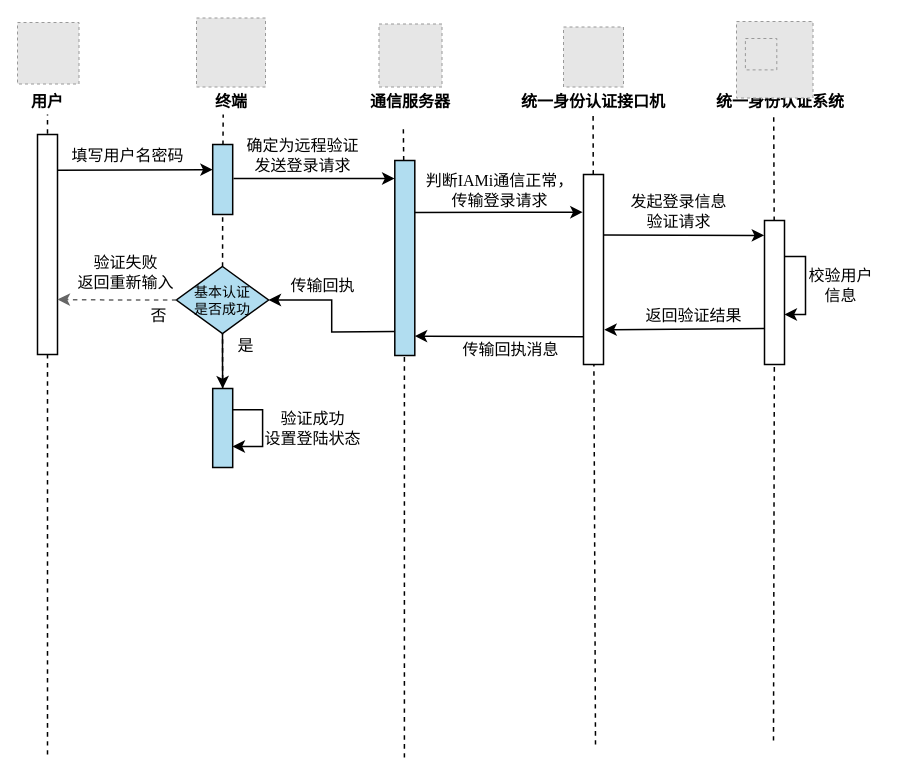
Before: 多因素.drawio in PIEAKyichi/hello-world, a draw.io diagram. Source tidied: cells renumbered, new cells numbered last; positions are measured from the earlier drawing's top-left corner, leaving out a move shared by most shapes. Both pictures are drawn from the tidied source at 100%, with x=0, y=0 at pixel (17, 18). Pictures stored in the file or linked from it are replaced by grey dashed boxes.
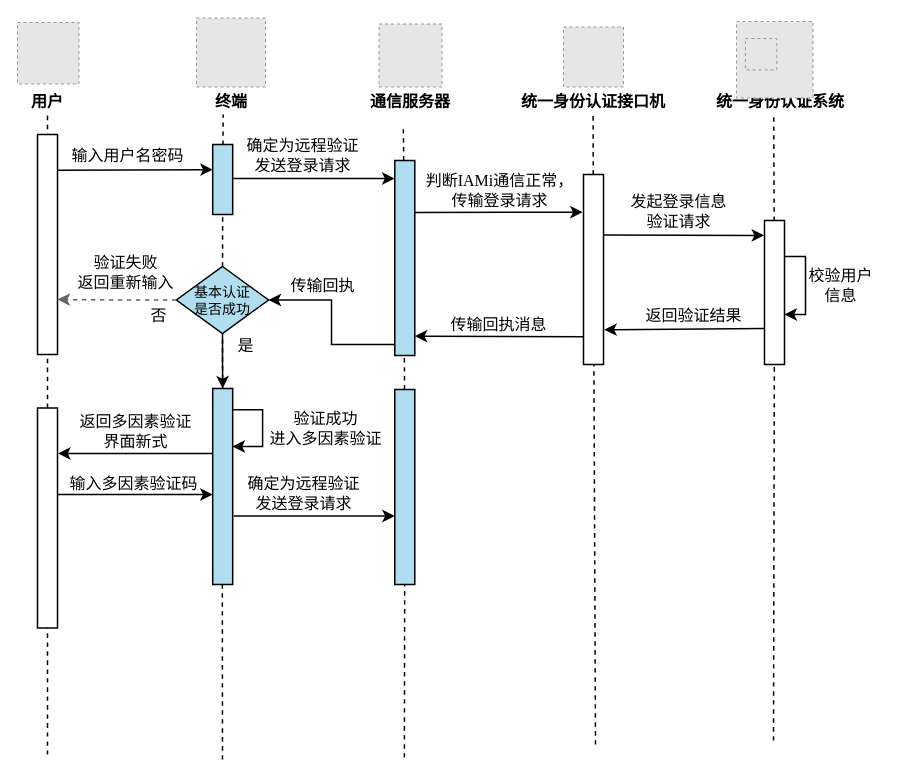
The same page after the edit.

Commit message (it also covers changes not shown here):
更新多因素.drawio

Unchanged cells that the change refers to:
```xml
<mxCell id="31" value="基本认证&lt;div style=&quot;font-size: 14px;&quot;&gt;是否成功&lt;/div&gt;" style="rhombus;whiteSpace=wrap;html=1;fillColor=#b1ddf0;strokeColor=#000000;strokeWidth=1.5;fontSize=14;" parent="1" vertex="1">
  <mxGeometry x="158.9" y="248" width="92.2" height="67" as="geometry" />
</mxCell>
<mxCell id="50" style="rounded=0;whiteSpace=wrap;html=1;fillColor=#b1ddf0;strokeColor=#000000;strokeWidth=1.5;" parent="1" vertex="1">
  <mxGeometry x="377.3" y="142" width="20" height="195" as="geometry" />
</mxCell>
```

What changed in the source:
```diff
@@
+    <mxCell id="54" style="endArrow=none;html=1;rounded=0;fontSize=12;startSize=8;endSize=8;curved=1;dashed=1;strokeWidth=1.5;" parent="1" edge="1">
+      <mxGeometry relative="1" as="geometry">
+        <mxPoint x="205" y="741" as="sourcePoint" />
+        <mxPoint x="204.6" y="370" as="targetPoint" />
+      </mxGeometry>
+    </mxCell>
-    <mxCell id="2" style="endArrow=none;html=1;rounded=0;fontSize=12;startSize=8;endSize=8;curved=1;dashed=1;strokeWidth=1.5;" parent="1" edge="1">
+    <mxCell id="2" style="endArrow=none;html=1;rounded=0;fontSize=12;startSize=8;endSize=8;curved=1;dashed=1;strokeWidth=1.5;" parent="1" edge="1" source="62">
       <mxGeometry relative="1" as="geometry">
-        <mxPoint x="386.9" y="739" as="sourcePoint" />
         <mxPoint x="386.9" y="337" as="targetPoint" />
       </mxGeometry>
     </mxCell>
@@
-    <mxCell id="4" style="endArrow=none;html=1;rounded=0;fontSize=12;startSize=8;endSize=8;curved=1;dashed=1;strokeWidth=1.5;" parent="1" edge="1">
+    <mxCell id="4" style="endArrow=none;html=1;rounded=0;fontSize=12;startSize=8;endSize=8;curved=1;dashed=1;strokeWidth=1.5;" parent="1" edge="1" source="58">
       <mxGeometry relative="1" as="geometry">
-        <mxPoint x="30" y="736" as="sourcePoint" />
         <mxPoint x="30" y="96" as="targetPoint" />
       </mxGeometry>
     </mxCell>
@@
-    <mxCell id="11" value="填写用户名密码" style="text;html=1;align=center;verticalAlign=middle;strokeColor=none;fillColor=none;fontSize=16;fontFamily=宋体;strokeWidth=1.5;" parent="1" vertex="1">
+    <mxCell id="11" value="输入用户名密码" style="text;html=1;align=center;verticalAlign=middle;strokeColor=none;fillColor=none;fontSize=16;fontFamily=宋体;strokeWidth=1.5;" parent="1" vertex="1">
       <mxGeometry x="40" y="122" width="140" height="30" as="geometry" />
     </mxCell>
@@
     <mxCell id="26" value="传输回执消息" style="text;html=1;align=center;verticalAlign=middle;strokeColor=none;fillColor=none;fontSize=16;fontFamily=宋体;strokeWidth=1.5;" parent="1" vertex="1">
-      <mxGeometry x="433" y="316" width="120" height="30" as="geometry" />
+      <mxGeometry x="421" y="291" width="120" height="30" as="geometry" />
     </mxCell>
@@
-    <mxCell id="28" value="验证成功&lt;div&gt;设置登陆状态&lt;/div&gt;" style="text;html=1;align=center;verticalAlign=middle;strokeColor=none;fillColor=none;fontSize=16;fontFamily=宋体;strokeWidth=1.5;" parent="1" vertex="1">
-      <mxGeometry x="235.2" y="384.5" width="120" height="50" as="geometry" />
+    <mxCell id="28" value="验证成功&lt;div&gt;进入多因素验证&lt;/div&gt;" style="text;html=1;align=center;verticalAlign=middle;strokeColor=none;fillColor=none;fontSize=16;fontFamily=宋体;strokeWidth=1.5;" parent="1" vertex="1">
+      <mxGeometry x="243" y="384.5" width="130" height="50" as="geometry" />
     </mxCell>
@@
-    <mxCell id="32" style="endArrow=classic;html=1;rounded=0;fontSize=12;startSize=8;endSize=8;exitX=0;exitY=0.25;exitDx=0;exitDy=0;entryX=1;entryY=0.5;entryDx=0;entryDy=0;edgeStyle=orthogonalEdgeStyle;strokeWidth=1.5;" parent="1" edge="1" target="31">
+    <mxCell id="32" style="endArrow=classic;html=1;rounded=0;fontSize=12;startSize=8;endSize=8;exitX=-0.005;exitY=0.933;exitDx=0;exitDy=0;entryX=1;entryY=0.5;entryDx=0;entryDy=0;edgeStyle=orthogonalEdgeStyle;strokeWidth=1.5;exitPerimeter=0;" parent="1" edge="1" source="50" target="31">
       <mxGeometry relative="1" as="geometry">
-        <mxPoint x="377.3" y="313" as="sourcePoint" />
+        <Array as="points">
+          <mxPoint x="377" y="326" />
+          <mxPoint x="314" y="326" />
+          <mxPoint x="314" y="282" />
+        </Array>
       </mxGeometry>
     </mxCell>
@@
     <mxCell id="41" style="rounded=0;whiteSpace=wrap;html=1;fillColor=#b1ddf0;strokeColor=#000000;strokeWidth=1.5;" parent="1" vertex="1">
-      <mxGeometry x="195.2" y="370" width="20" height="79" as="geometry" />
+      <mxGeometry x="195.2" y="370" width="20" height="196" as="geometry" />
     </mxCell>
@@
+    <mxCell id="55" value="返回多因素验证&lt;div&gt;界面新式&lt;/div&gt;" style="text;html=1;align=center;verticalAlign=middle;strokeColor=none;fillColor=none;fontSize=16;fontFamily=宋体;strokeWidth=1.5;" parent="1" vertex="1">
+      <mxGeometry x="48" y="387.5" width="140" height="50" as="geometry" />
+    </mxCell>
+    <mxCell id="56" style="endArrow=classic;html=1;rounded=0;fontSize=12;startSize=8;endSize=8;curved=1;exitX=-0.002;exitY=0.854;exitDx=0;exitDy=0;exitPerimeter=0;strokeWidth=1.5;entryX=1.03;entryY=0.207;entryDx=0;entryDy=0;entryPerimeter=0;" parent="1" edge="1" target="58">
+      <mxGeometry relative="1" as="geometry">
+        <mxPoint x="194.4" y="434.9" as="sourcePoint" />
+      </mxGeometry>
+    </mxCell>
+    <mxCell id="57" style="endArrow=none;html=1;rounded=0;fontSize=12;startSize=8;endSize=8;curved=1;dashed=1;strokeWidth=1.5;" parent="1" edge="1" target="58">
+      <mxGeometry relative="1" as="geometry">
+        <mxPoint x="30" y="736" as="sourcePoint" />
+      </mxGeometry>
+    </mxCell>
+    <mxCell id="58" style="rounded=0;whiteSpace=wrap;html=1;fillColor=default;strokeWidth=1.5;" parent="1" vertex="1">
+      <mxGeometry x="20" y="389.5" width="20" height="220" as="geometry" />
+    </mxCell>
+    <mxCell id="59" style="endArrow=classic;html=1;rounded=0;fontSize=12;startSize=8;endSize=8;curved=1;strokeWidth=1.5;entryX=0;entryY=0.5;entryDx=0;entryDy=0;" parent="1" edge="1">
+      <mxGeometry relative="1" as="geometry">
+        <mxPoint x="40" y="476" as="sourcePoint" />
+        <mxPoint x="195.2" y="476" as="targetPoint" />
+      </mxGeometry>
+    </mxCell>
+    <mxCell id="60" value="输入多因素验证码" style="text;html=1;align=center;verticalAlign=middle;strokeColor=none;fillColor=none;fontSize=16;fontFamily=宋体;strokeWidth=1.5;" parent="1" vertex="1">
+      <mxGeometry x="41" y="449.5" width="150" height="30" as="geometry" />
+    </mxCell>
+    <mxCell id="61" style="endArrow=none;html=1;rounded=0;fontSize=12;startSize=8;endSize=8;curved=1;dashed=1;strokeWidth=1.5;" parent="1" edge="1" target="62">
+      <mxGeometry relative="1" as="geometry">
+        <mxPoint x="386.9" y="739" as="sourcePoint" />
+      </mxGeometry>
+    </mxCell>
+    <mxCell id="62" style="rounded=0;whiteSpace=wrap;html=1;fillColor=#b1ddf0;strokeColor=#000000;strokeWidth=1.5;" parent="1" vertex="1">
+      <mxGeometry x="377.3" y="371" width="20" height="195" as="geometry" />
+    </mxCell>
+    <mxCell id="63" style="edgeStyle=none;curved=1;rounded=0;orthogonalLoop=1;jettySize=auto;html=1;fontSize=12;startSize=8;endSize=8;strokeWidth=1.5;" parent="1" edge="1">
+      <mxGeometry relative="1" as="geometry">
+        <mxPoint x="216.3" y="497.5" as="sourcePoint" />
+        <mxPoint x="377.3" y="497.5" as="targetPoint" />
+      </mxGeometry>
+    </mxCell>
+    <mxCell id="64" value="确定为远程验证&lt;div&gt;发送登录请求&lt;/div&gt;" style="text;html=1;align=center;verticalAlign=middle;strokeColor=none;fillColor=none;fontSize=16;fontFamily=宋体;strokeWidth=1.5;" parent="1" vertex="1">
+      <mxGeometry x="215.5" y="449.5" width="140" height="50" as="geometry" />
+    </mxCell>
```
